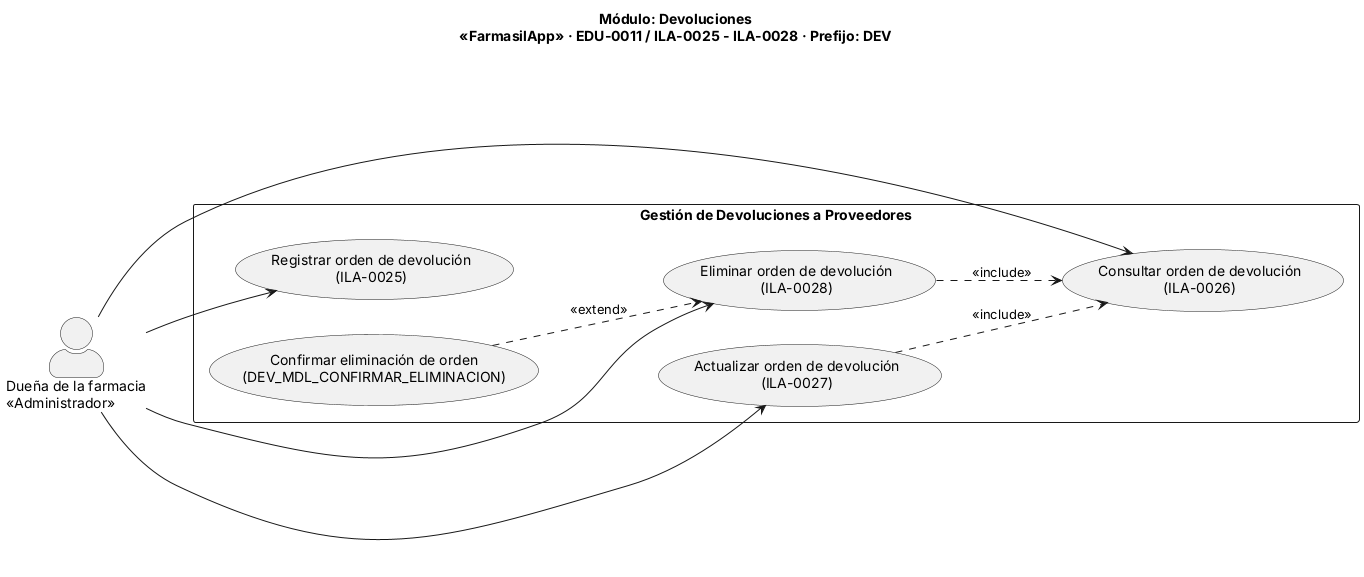
This is docs/diagramas/CU-7_Devoluciones.png from Luis-Ayben-Chahua-Charca/Farmasil_App, a PlantUML export, as it was before one commit.
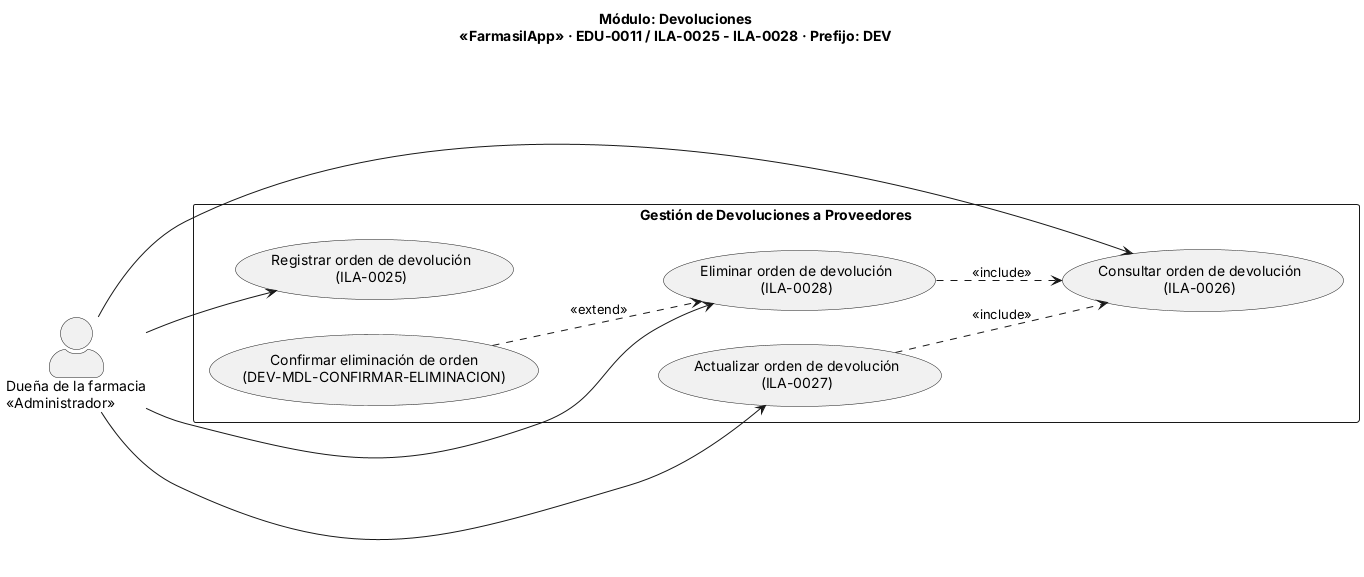
Above is the later version.

Change to the diagram source:
```diff
@@ -10,7 +10,7 @@
   usecase "Consultar orden de devolución\n(ILA-0026)" as UC_Consultar
   usecase "Actualizar orden de devolución\n(ILA-0027)" as UC_Actualizar
   usecase "Eliminar orden de devolución\n(ILA-0028)" as UC_Eliminar
-  usecase "Confirmar eliminación de orden\n(DEV_MDL_CONFIRMAR_ELIMINACION)" as UC_Confirmar
+  usecase "Confirmar eliminación de orden\n(DEV-MDL-CONFIRMAR-ELIMINACION)" as UC_Confirmar
 }
 
 Duena --> UC_Registrar
```
